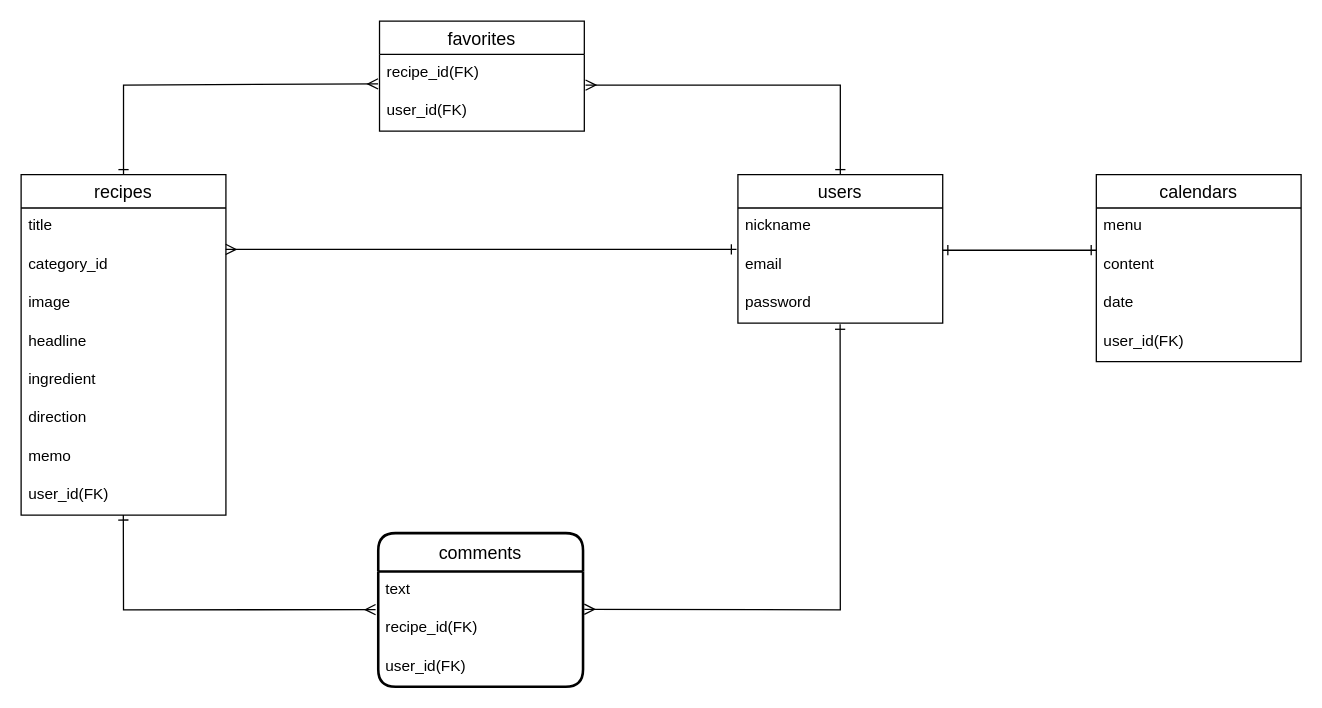
Before: ER図.dio in hidekazudazoo/kondate-chat, a draw.io diagram. Source tidied: cells renumbered, new cells numbered last; positions are measured from the earlier drawing's top-left corner, leaving out a move shared by most shapes. Both pictures are drawn from the tidied source at 128%, with x=0, y=0 at pixel (20, 20).
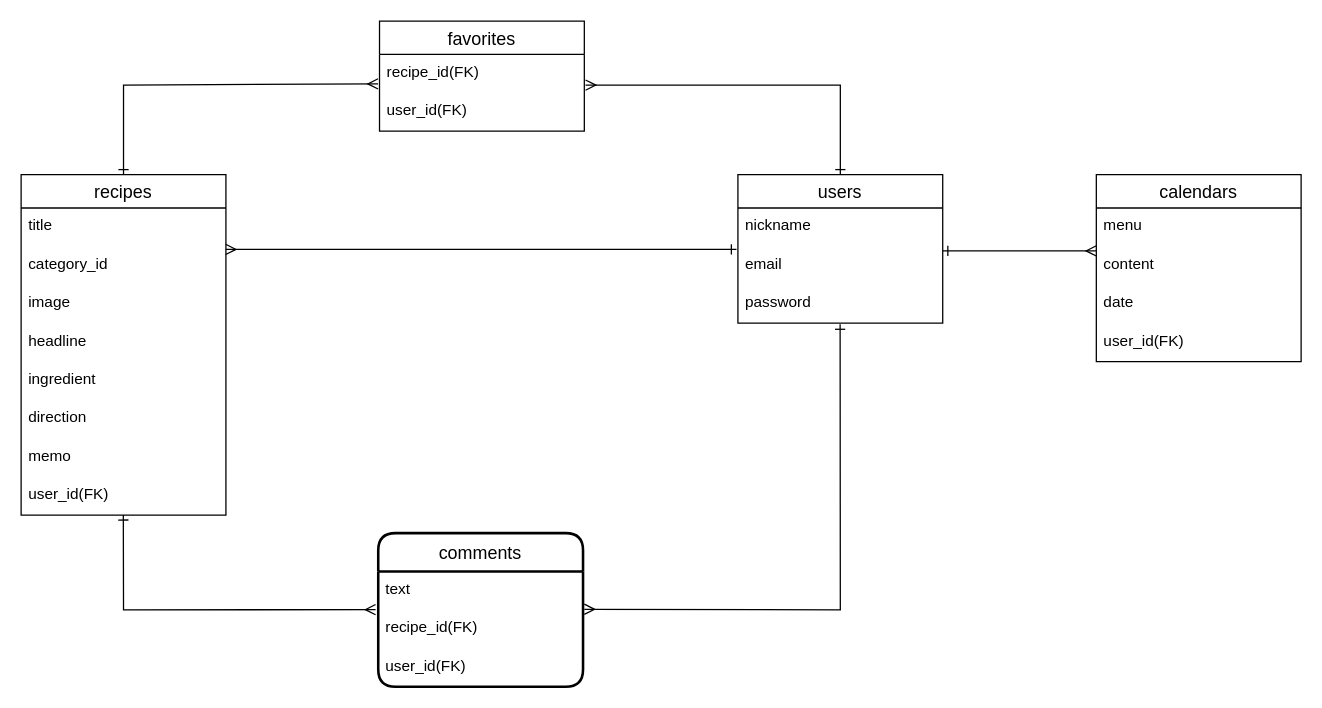
Above is the later version.

The edit, as a diff of the source:
```diff
@@
-    <mxCell id="32" style="edgeStyle=none;rounded=0;html=1;exitX=0;exitY=0.5;exitDx=0;exitDy=0;entryX=1;entryY=0.5;entryDx=0;entryDy=0;startArrow=ERone;startFill=0;endArrow=ERone;endFill=0;" parent="1" edge="1">
-      <mxGeometry relative="1" as="geometry">
-        <mxPoint x="840" y="179" as="sourcePoint" />
-        <mxPoint x="720" y="179" as="targetPoint" />
-      </mxGeometry>
-    </mxCell>
+    <mxCell id="33" style="edgeStyle=none;html=1;startArrow=ERone;startFill=0;endArrow=ERmany;endFill=0;rounded=0;" parent="1" edge="1">
+      <mxGeometry relative="1" as="geometry">
+        <mxPoint x="720" y="179.5" as="sourcePoint" />
+        <mxPoint x="840" y="179.5" as="targetPoint" />
+      </mxGeometry>
+    </mxCell>
```
